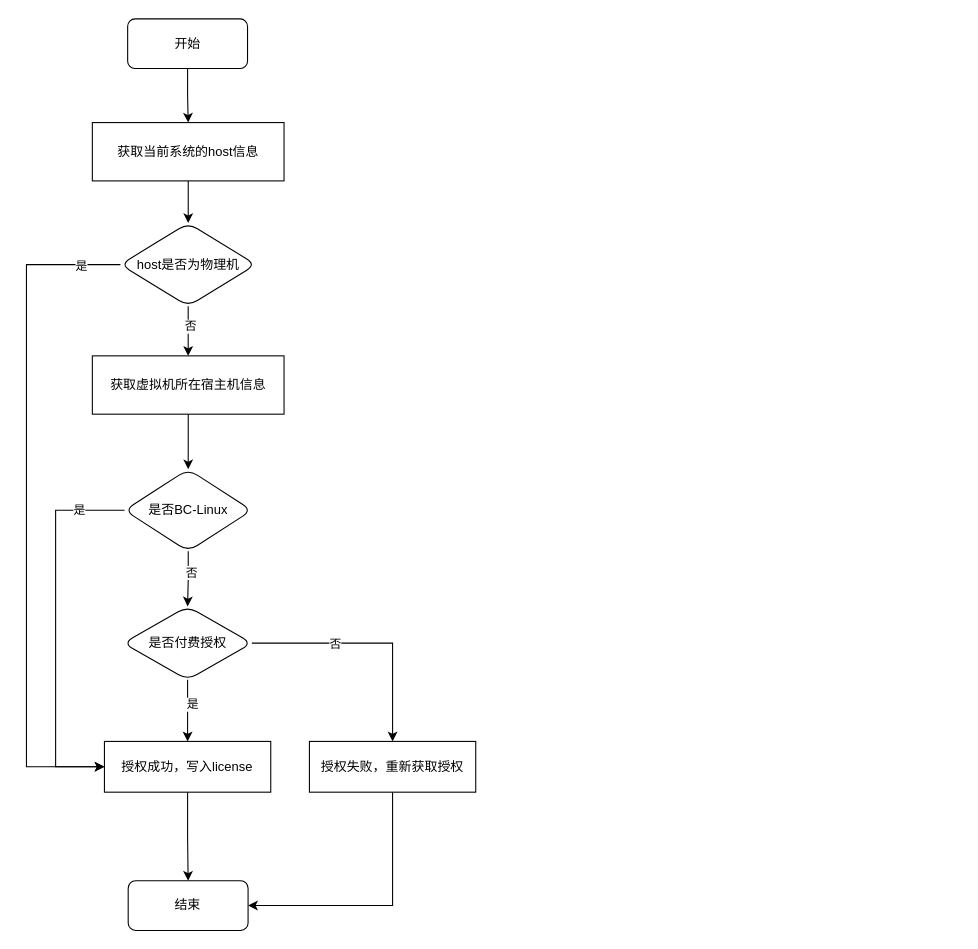
Above: free-auth.drawio in HurryUpWb/pdf (draw.io), before the change. Source tidied: cells renumbered, new cells numbered last; positions are measured from the earlier drawing's top-left corner, leaving out a move shared by most shapes. Both pictures are drawn from the tidied source at 108%, with x=0, y=0 at pixel (26, 18).
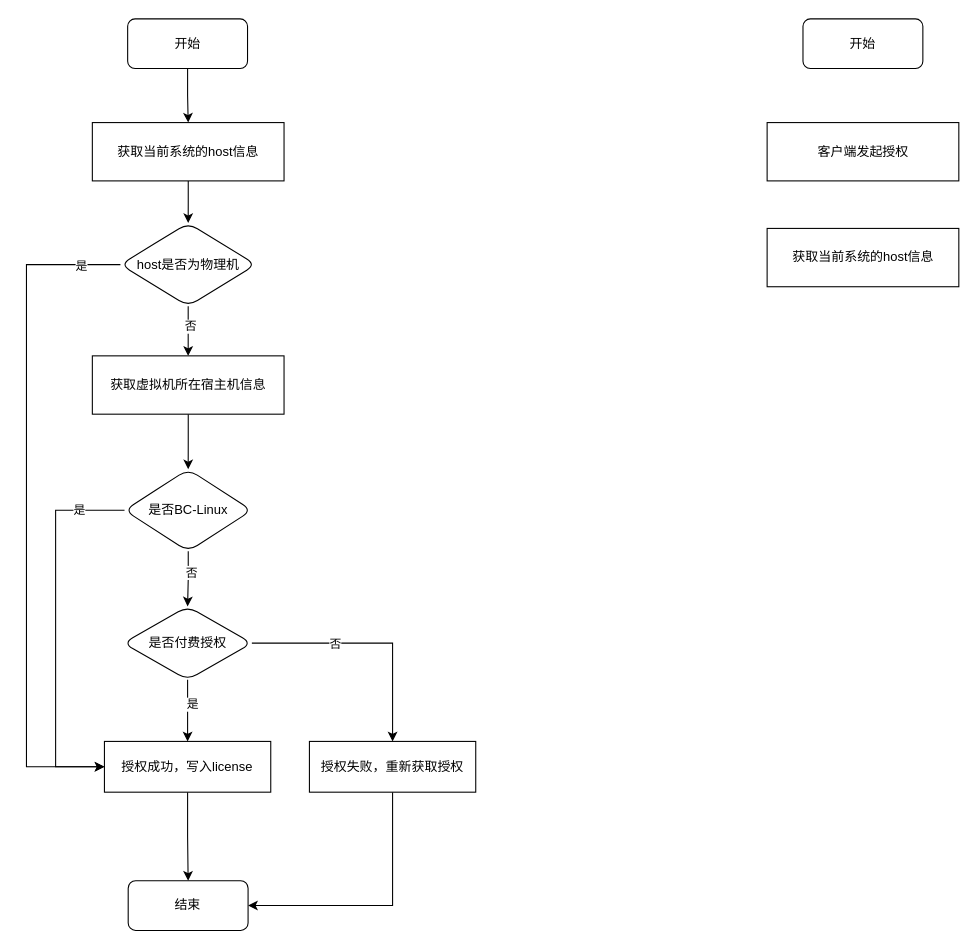
The same diagram, later.

Diff of the diagram source:
```diff
@@
+    <mxCell id="28" value="开始" style="rounded=1;whiteSpace=wrap;html=1;" parent="1" vertex="1">
+      <mxGeometry x="719" width="111" height="46" as="geometry" />
+    </mxCell>
+    <mxCell id="29" value="客户端发起授权" style="rounded=0;whiteSpace=wrap;html=1;" parent="1" vertex="1">
+      <mxGeometry x="685.8" y="96" width="177.5" height="54" as="geometry" />
+    </mxCell>
+    <mxCell id="30" value="获取当前系统的host信息" style="rounded=0;whiteSpace=wrap;html=1;" parent="1" vertex="1">
+      <mxGeometry x="685.8" y="194" width="177.5" height="54" as="geometry" />
+    </mxCell>
```
